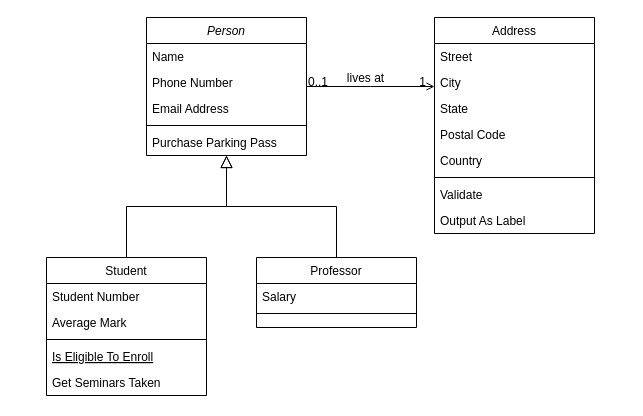
Before: Diagrama de classe sem nome.drawio in Legalso/diagrams, a draw.io diagram. Source tidied: cells renumbered, new cells numbered last; positions are measured from the earlier drawing's top-left corner, leaving out a move shared by most shapes. Both pictures are drawn from the tidied source at 100%, with x=0, y=0 at pixel (46, 17).
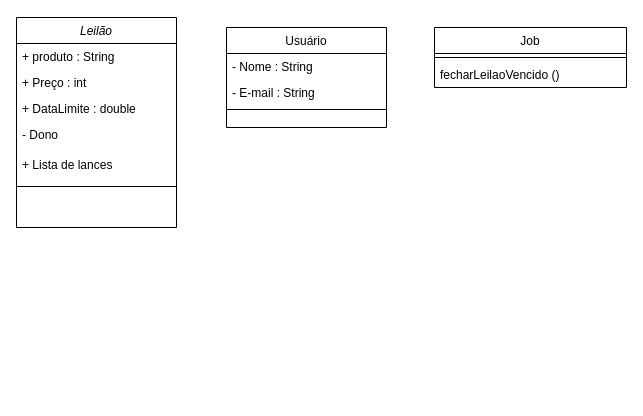
The same page after the edit.

What changed in the source:
```diff
@@
-    <mxCell id="2" value="Person" style="swimlane;fontStyle=2;align=center;verticalAlign=top;horizontal=1;startSize=26;rounded=0;shadow=0;strokeWidth=1;" parent="1" vertex="1">
-      <mxGeometry x="100" width="160" height="138" as="geometry" />
+    <mxCell id="2" value="Leilão" style="swimlane;fontStyle=2;align=center;verticalAlign=top;horizontal=1;startSize=26;rounded=0;shadow=0;strokeWidth=1;" parent="1" vertex="1">
+      <mxGeometry x="-30" width="160" height="210" as="geometry" />
     </mxCell>
-    <mxCell id="3" value="Name" style="text;align=left;verticalAlign=top;spacingLeft=4;spacingRight=4;overflow=hidden;" parent="2" vertex="1">
+    <mxCell id="3" value="+ produto : String" style="text;align=left;verticalAlign=top;spacingLeft=4;spacingRight=4;overflow=hidden;" parent="2" vertex="1">
       <mxGeometry y="26" width="160" height="26" as="geometry" />
     </mxCell>
-    <mxCell id="4" value="Phone Number" style="text;align=left;verticalAlign=top;spacingLeft=4;spacingRight=4;overflow=hidden;rounded=0;shadow=0;html=0;" parent="2" vertex="1">
+    <mxCell id="4" value="+ Preço : int" style="text;align=left;verticalAlign=top;spacingLeft=4;spacingRight=4;overflow=hidden;rounded=0;shadow=0;html=0;" parent="2" vertex="1">
       <mxGeometry y="52" width="160" height="26" as="geometry" />
     </mxCell>
-    <mxCell id="5" value="Email Address" style="text;align=left;verticalAlign=top;spacingLeft=4;spacingRight=4;overflow=hidden;rounded=0;shadow=0;html=0;" parent="2" vertex="1">
+    <mxCell id="5" value="+ DataLimite : double&#10;" style="text;align=left;verticalAlign=top;spacingLeft=4;spacingRight=4;overflow=hidden;rounded=0;shadow=0;html=0;" parent="2" vertex="1">
       <mxGeometry y="78" width="160" height="26" as="geometry" />
     </mxCell>
+    <mxCell id="7" value="- Dono" style="text;align=left;verticalAlign=top;spacingLeft=4;spacingRight=4;overflow=hidden;" parent="2" vertex="1">
+      <mxGeometry y="104" width="160" height="30" as="geometry" />
+    </mxCell>
+    <mxCell id="32" value="+ Lista de lances" style="text;align=left;verticalAlign=top;spacingLeft=4;spacingRight=4;overflow=hidden;" parent="2" vertex="1">
+      <mxGeometry y="134" width="160" height="30" as="geometry" />
+    </mxCell>
     <mxCell id="6" style="line;html=1;strokeWidth=1;align=left;verticalAlign=middle;spacingTop=-1;spacingLeft=3;spacingRight=3;labelPosition=right;" parent="2" vertex="1">
-      <mxGeometry y="104" width="160" height="8" as="geometry" />
+      <mxGeometry y="164" width="160" height="10" as="geometry" />
     </mxCell>
-    <mxCell id="7" value="Purchase Parking Pass" style="text;align=left;verticalAlign=top;spacingLeft=4;spacingRight=4;overflow=hidden;" parent="2" vertex="1">
-      <mxGeometry y="112" width="160" height="26" as="geometry" />
-    </mxCell>
-    <mxCell id="8" value="Student" style="swimlane;fontStyle=0;align=center;verticalAlign=top;horizontal=1;startSize=26;rounded=0;shadow=0;strokeWidth=1;" parent="1" vertex="1">
-      <mxGeometry y="240" width="160" height="138" as="geometry" />
+    <mxCell id="8" value="Usuário" style="swimlane;fontStyle=0;align=center;verticalAlign=top;horizontal=1;startSize=26;rounded=0;shadow=0;strokeWidth=1;" parent="1" vertex="1">
+      <mxGeometry x="180" y="10" width="160" height="100" as="geometry" />
     </mxCell>
-    <mxCell id="9" value="Student Number" style="text;align=left;verticalAlign=top;spacingLeft=4;spacingRight=4;overflow=hidden;" parent="8" vertex="1">
+    <mxCell id="9" value="- Nome : String" style="text;align=left;verticalAlign=top;spacingLeft=4;spacingRight=4;overflow=hidden;" parent="8" vertex="1">
       <mxGeometry y="26" width="160" height="26" as="geometry" />
     </mxCell>
-    <mxCell id="10" value="Average Mark" style="text;align=left;verticalAlign=top;spacingLeft=4;spacingRight=4;overflow=hidden;rounded=0;shadow=0;html=0;" parent="8" vertex="1">
+    <mxCell id="10" value="- E-mail : String" style="text;align=left;verticalAlign=top;spacingLeft=4;spacingRight=4;overflow=hidden;rounded=0;shadow=0;html=0;" parent="8" vertex="1">
       <mxGeometry y="52" width="160" height="26" as="geometry" />
     </mxCell>
@@
-    <mxCell id="12" value="Is Eligible To Enroll" style="text;align=left;verticalAlign=top;spacingLeft=4;spacingRight=4;overflow=hidden;fontStyle=4;" parent="8" vertex="1">
-      <mxGeometry y="86" width="160" height="26" as="geometry" />
-    </mxCell>
-    <mxCell id="13" value="Get Seminars Taken" style="text;align=left;verticalAlign=top;spacingLeft=4;spacingRight=4;overflow=hidden;" parent="8" vertex="1">
-      <mxGeometry y="112" width="160" height="26" as="geometry" />
-    </mxCell>
-    <mxCell id="14" style="endArrow=block;endSize=10;endFill=0;shadow=0;strokeWidth=1;rounded=0;edgeStyle=elbowEdgeStyle;elbow=vertical;" parent="1" edge="1" source="8" target="2">
-      <mxGeometry relative="1" as="geometry" />
-    </mxCell>
-    <mxCell id="15" value="Professor" style="swimlane;fontStyle=0;align=center;verticalAlign=top;horizontal=1;startSize=26;rounded=0;shadow=0;strokeWidth=1;" parent="1" vertex="1">
-      <mxGeometry x="210" y="240" width="160" height="70" as="geometry" />
-    </mxCell>
-    <mxCell id="16" value="Salary" style="text;align=left;verticalAlign=top;spacingLeft=4;spacingRight=4;overflow=hidden;" parent="15" vertex="1">
-      <mxGeometry y="26" width="160" height="26" as="geometry" />
-    </mxCell>
-    <mxCell id="17" style="line;html=1;strokeWidth=1;align=left;verticalAlign=middle;spacingTop=-1;spacingLeft=3;spacingRight=3;labelPosition=right;" parent="15" vertex="1">
-      <mxGeometry y="52" width="160" height="8" as="geometry" />
-    </mxCell>
-    <mxCell id="18" style="endArrow=block;endSize=10;endFill=0;shadow=0;strokeWidth=1;rounded=0;edgeStyle=elbowEdgeStyle;elbow=vertical;" parent="1" edge="1" source="15" target="2">
-      <mxGeometry relative="1" as="geometry" />
-    </mxCell>
-    <mxCell id="19" value="Address" style="swimlane;fontStyle=0;align=center;verticalAlign=top;horizontal=1;startSize=26;rounded=0;shadow=0;strokeWidth=1;" parent="1" vertex="1">
-      <mxGeometry x="388" width="160" height="216" as="geometry" />
+    <mxCell id="19" value="Job" style="swimlane;fontStyle=0;align=center;verticalAlign=top;horizontal=1;startSize=26;rounded=0;shadow=0;strokeWidth=1;" parent="1" vertex="1">
+      <mxGeometry x="388" y="10" width="192" height="60" as="geometry" />
     </mxCell>
-    <mxCell id="20" value="Street" style="text;align=left;verticalAlign=top;spacingLeft=4;spacingRight=4;overflow=hidden;" parent="19" vertex="1">
-      <mxGeometry y="26" width="160" height="26" as="geometry" />
-    </mxCell>
-    <mxCell id="21" value="City" style="text;align=left;verticalAlign=top;spacingLeft=4;spacingRight=4;overflow=hidden;rounded=0;shadow=0;html=0;" parent="19" vertex="1">
-      <mxGeometry y="52" width="160" height="26" as="geometry" />
-    </mxCell>
-    <mxCell id="22" value="State" style="text;align=left;verticalAlign=top;spacingLeft=4;spacingRight=4;overflow=hidden;rounded=0;shadow=0;html=0;" parent="19" vertex="1">
-      <mxGeometry y="78" width="160" height="26" as="geometry" />
-    </mxCell>
-    <mxCell id="23" value="Postal Code" style="text;align=left;verticalAlign=top;spacingLeft=4;spacingRight=4;overflow=hidden;rounded=0;shadow=0;html=0;" parent="19" vertex="1">
-      <mxGeometry y="104" width="160" height="26" as="geometry" />
-    </mxCell>
-    <mxCell id="24" value="Country" style="text;align=left;verticalAlign=top;spacingLeft=4;spacingRight=4;overflow=hidden;rounded=0;shadow=0;html=0;" parent="19" vertex="1">
-      <mxGeometry y="130" width="160" height="26" as="geometry" />
-    </mxCell>
     <mxCell id="25" style="line;html=1;strokeWidth=1;align=left;verticalAlign=middle;spacingTop=-1;spacingLeft=3;spacingRight=3;labelPosition=right;" parent="19" vertex="1">
-      <mxGeometry y="156" width="160" height="8" as="geometry" />
+      <mxGeometry y="26" width="192" height="8" as="geometry" />
     </mxCell>
-    <mxCell id="26" value="Validate" style="text;align=left;verticalAlign=top;spacingLeft=4;spacingRight=4;overflow=hidden;" parent="19" vertex="1">
-      <mxGeometry y="164" width="160" height="26" as="geometry" />
+    <mxCell id="26" value="fecharLeilaoVencido ()" style="text;align=left;verticalAlign=top;spacingLeft=4;spacingRight=4;overflow=hidden;" parent="19" vertex="1">
+      <mxGeometry y="34" width="192" height="26" as="geometry" />
     </mxCell>
-    <mxCell id="27" value="Output As Label" style="text;align=left;verticalAlign=top;spacingLeft=4;spacingRight=4;overflow=hidden;" parent="19" vertex="1">
-      <mxGeometry y="190" width="160" height="26" as="geometry" />
-    </mxCell>
-    <mxCell id="28" style="endArrow=open;shadow=0;strokeWidth=1;rounded=0;endFill=1;edgeStyle=elbowEdgeStyle;elbow=vertical;" parent="1" edge="1" source="2" target="19">
-      <mxGeometry x="0.5" y="41" relative="1" as="geometry">
-        <mxPoint x="-40" y="32" as="offset" />
-      </mxGeometry>
-    </mxCell>
-    <mxCell id="29" value="0..1" style="align=left;verticalAlign=bottom;labelBackgroundColor=none;fontSize=12;" parent="28" vertex="1">
-      <mxGeometry x="-1" relative="1" as="geometry">
-        <mxPoint y="4" as="offset" />
-      </mxGeometry>
-    </mxCell>
-    <mxCell id="30" value="1" style="align=right;verticalAlign=bottom;labelBackgroundColor=none;fontSize=12;" parent="28" vertex="1">
-      <mxGeometry x="1" relative="1" as="geometry">
-        <mxPoint x="-7" y="4" as="offset" />
-      </mxGeometry>
-    </mxCell>
-    <mxCell id="31" value="lives at" style="text;html=1;align=center;verticalAlign=middle;labelBackgroundColor=none;rounded=0;shadow=0;strokeWidth=1;fontSize=12;" parent="28" vertex="1">
-      <mxGeometry x="0.5" y="49" relative="1" as="geometry">
-        <mxPoint x="-38" y="40" as="offset" />
-      </mxGeometry>
-    </mxCell>
```
